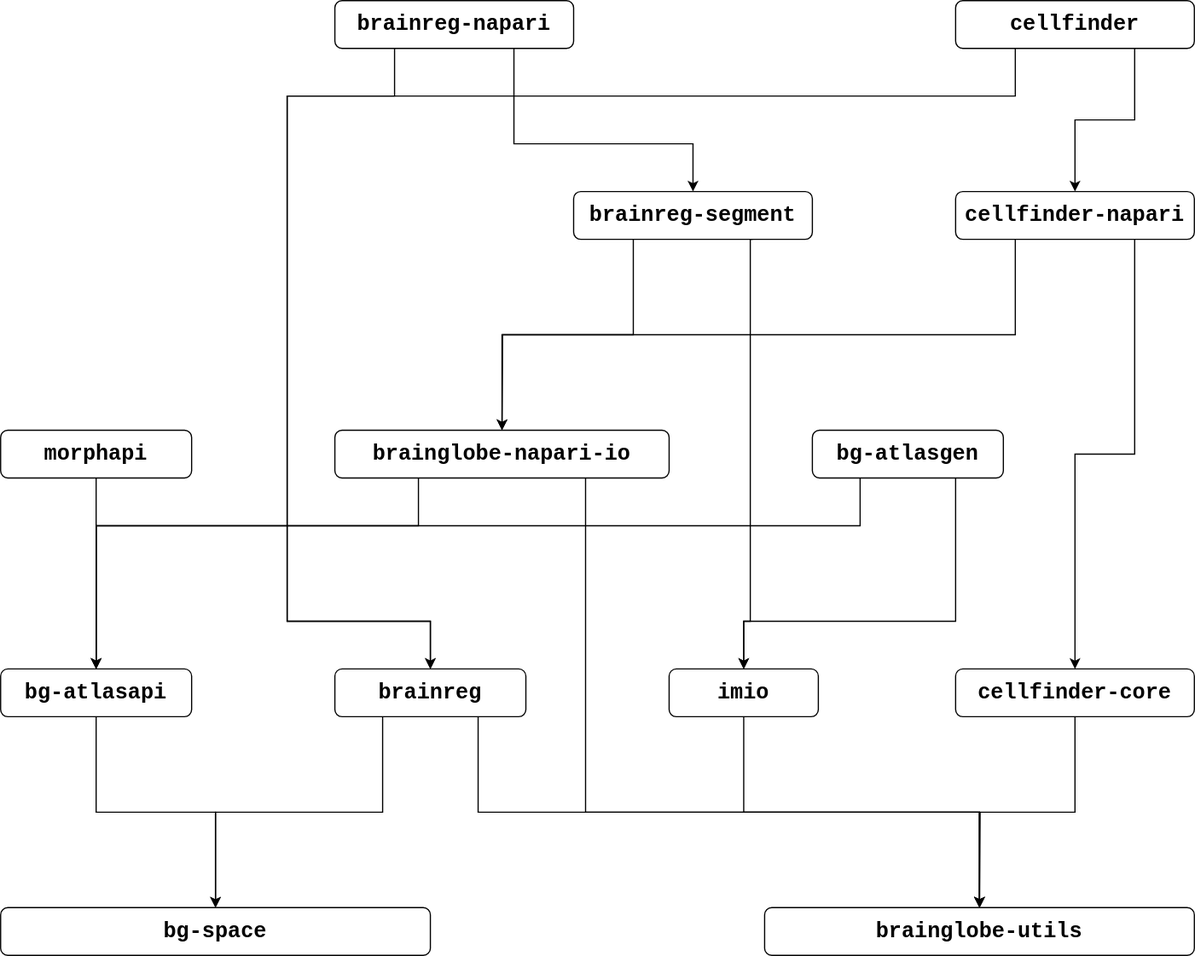
The draw.io diagram docs/assets/BrainGlobe-dependencies.svg in brainglobe/brainglobe-meta, before a commit. Source tidied: cells renumbered, new cells last; positions are measured from the earlier drawing's top-left corner, leaving out a move shared by most shapes.
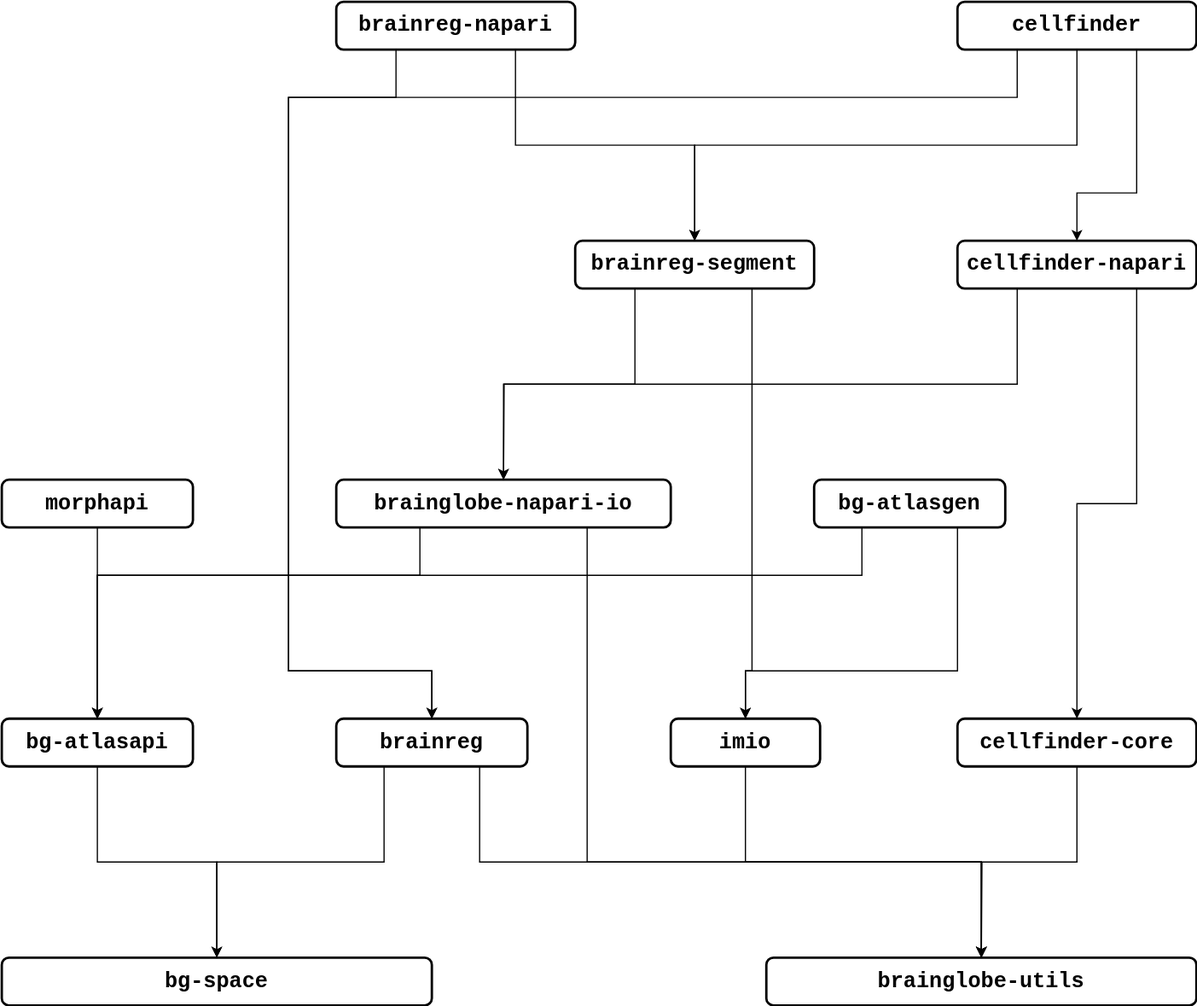
Above is the later version.

Commit message:
`cellfinder` guard updates (#24)

The edit, as a diff of the source:
```diff
@@ -1,23 +1,23 @@
-<mxGraphModel>
+<mxGraphModel background="#FFFFFF">
   <root>
     <mxCell id="0" />
     <mxCell id="1" parent="0" />
-    <mxCell id="2" value="&lt;font style=&quot;font-size: 18px;&quot;&gt;&lt;span style=&quot;font-size: 18px;&quot;&gt;bg-space&lt;/span&gt;&lt;/font&gt;" style="rounded=1;whiteSpace=wrap;html=1;fontFamily=Courier New;fontStyle=1;fontSize=18;" parent="1" vertex="1">
+    <mxCell id="2" value="&lt;font style=&quot;font-size: 18px;&quot;&gt;&lt;span style=&quot;font-size: 18px;&quot;&gt;bg-space&lt;/span&gt;&lt;/font&gt;" style="rounded=1;whiteSpace=wrap;html=1;fontFamily=Courier New;fontStyle=1;fontSize=18;fillStyle=solid;strokeColor=#000000;fillColor=#FFFFFF;strokeWidth=2;align=center;fontColor=#000000;" parent="1" vertex="1">
       <mxGeometry y="760" width="360" height="40" as="geometry" />
     </mxCell>
-    <mxCell id="3" value="&lt;font style=&quot;font-size: 18px;&quot;&gt;&lt;span style=&quot;font-size: 18px;&quot;&gt;brainglobe-utils&lt;/span&gt;&lt;/font&gt;" style="rounded=1;whiteSpace=wrap;html=1;fontFamily=Courier New;fontStyle=1;fontSize=18;" parent="1" vertex="1">
+    <mxCell id="3" value="&lt;font style=&quot;font-size: 18px;&quot;&gt;&lt;span style=&quot;font-size: 18px;&quot;&gt;brainglobe-utils&lt;/span&gt;&lt;/font&gt;" style="rounded=1;whiteSpace=wrap;html=1;fontFamily=Courier New;fontStyle=1;fontSize=18;fillStyle=solid;strokeColor=#000000;fillColor=#FFFFFF;strokeWidth=2;align=center;fontColor=#000000;" parent="1" vertex="1">
       <mxGeometry x="640" y="760" width="360" height="40" as="geometry" />
     </mxCell>
     <mxCell id="4" style="edgeStyle=orthogonalEdgeStyle;rounded=0;jettySize=auto;html=1;entryX=0.5;entryY=0;entryDx=0;entryDy=0;fontFamily=Courier New;fontStyle=1;fontSize=18;" parent="1" edge="1" source="5" target="2">
       <mxGeometry relative="1" as="geometry" />
     </mxCell>
-    <mxCell id="5" value="&lt;font style=&quot;font-size: 18px;&quot;&gt;&lt;span style=&quot;font-size: 18px;&quot;&gt;bg-atlasapi&lt;/span&gt;&lt;/font&gt;" style="rounded=1;whiteSpace=wrap;html=1;fontFamily=Courier New;fontStyle=1;fontSize=18;" parent="1" vertex="1">
+    <mxCell id="5" value="&lt;font style=&quot;font-size: 18px;&quot;&gt;&lt;span style=&quot;font-size: 18px;&quot;&gt;bg-atlasapi&lt;/span&gt;&lt;/font&gt;" style="rounded=1;whiteSpace=wrap;html=1;fontFamily=Courier New;fontStyle=1;fontSize=18;fillStyle=solid;strokeColor=#000000;fillColor=#FFFFFF;strokeWidth=2;align=center;fontColor=#000000;" parent="1" vertex="1">
       <mxGeometry y="560" width="160" height="40" as="geometry" />
     </mxCell>
     <mxCell id="6" style="edgeStyle=orthogonalEdgeStyle;rounded=0;jettySize=auto;html=1;entryX=0.5;entryY=0;entryDx=0;entryDy=0;fontFamily=Courier New;fontStyle=1;fontSize=18;" parent="1" edge="1" source="7" target="3">
       <mxGeometry relative="1" as="geometry" />
     </mxCell>
-    <mxCell id="7" value="&lt;font style=&quot;font-size: 18px;&quot;&gt;&lt;span style=&quot;font-size: 18px;&quot;&gt;imio&lt;/span&gt;&lt;/font&gt;" style="rounded=1;whiteSpace=wrap;html=1;fontFamily=Courier New;fontStyle=1;fontSize=18;" parent="1" vertex="1">
+    <mxCell id="7" value="&lt;font style=&quot;font-size: 18px;&quot;&gt;&lt;span style=&quot;font-size: 18px;&quot;&gt;imio&lt;/span&gt;&lt;/font&gt;" style="rounded=1;whiteSpace=wrap;html=1;fontFamily=Courier New;fontStyle=1;fontSize=18;fillStyle=solid;strokeColor=#000000;fillColor=#FFFFFF;strokeWidth=2;align=center;fontColor=#000000;" parent="1" vertex="1">
       <mxGeometry x="560" y="560" width="125" height="40" as="geometry" />
     </mxCell>
     <mxCell id="8" style="edgeStyle=orthogonalEdgeStyle;rounded=0;jettySize=auto;html=1;fontFamily=Courier New;fontStyle=1;fontSize=18;" parent="1" edge="1" source="9">
@@ -25,7 +25,7 @@
         <mxPoint x="820" y="760" as="targetPoint" />
       </mxGeometry>
     </mxCell>
-    <mxCell id="9" value="&lt;font style=&quot;font-size: 18px;&quot;&gt;&lt;span style=&quot;font-size: 18px;&quot;&gt;cellfinder-core&lt;/span&gt;&lt;/font&gt;" style="rounded=1;whiteSpace=wrap;html=1;fontFamily=Courier New;fontStyle=1;fontSize=18;" parent="1" vertex="1">
+    <mxCell id="9" value="&lt;font style=&quot;font-size: 18px;&quot;&gt;&lt;span style=&quot;font-size: 18px;&quot;&gt;cellfinder-core&lt;/span&gt;&lt;/font&gt;" style="rounded=1;whiteSpace=wrap;html=1;fontFamily=Courier New;fontStyle=1;fontSize=18;fillStyle=solid;strokeColor=#000000;fillColor=#FFFFFF;strokeWidth=2;align=center;fontColor=#000000;" parent="1" vertex="1">
       <mxGeometry x="800" y="560" width="200" height="40" as="geometry" />
     </mxCell>
     <mxCell id="10" style="edgeStyle=orthogonalEdgeStyle;rounded=0;jettySize=auto;html=1;entryX=0.5;entryY=0;entryDx=0;entryDy=0;exitX=0.25;exitY=1;exitDx=0;exitDy=0;fontFamily=Courier New;fontStyle=1;fontSize=18;" parent="1" edge="1" source="12" target="2">
@@ -34,13 +34,13 @@
     <mxCell id="11" style="edgeStyle=orthogonalEdgeStyle;rounded=0;jettySize=auto;html=1;exitX=0.75;exitY=1;exitDx=0;exitDy=0;entryX=0.5;entryY=0;entryDx=0;entryDy=0;fontFamily=Courier New;fontStyle=1;fontSize=18;" parent="1" edge="1" source="12" target="3">
       <mxGeometry relative="1" as="geometry" />
     </mxCell>
-    <mxCell id="12" value="&lt;font style=&quot;font-size: 18px;&quot;&gt;&lt;span style=&quot;font-size: 18px;&quot;&gt;brainreg&lt;/span&gt;&lt;/font&gt;" style="rounded=1;whiteSpace=wrap;html=1;fontFamily=Courier New;fontStyle=1;fontSize=18;" parent="1" vertex="1">
+    <mxCell id="12" value="&lt;font style=&quot;font-size: 18px;&quot;&gt;&lt;span style=&quot;font-size: 18px;&quot;&gt;brainreg&lt;/span&gt;&lt;/font&gt;" style="rounded=1;whiteSpace=wrap;html=1;fontFamily=Courier New;fontStyle=1;fontSize=18;fillStyle=solid;strokeColor=#000000;fillColor=#FFFFFF;strokeWidth=2;align=center;fontColor=#000000;" parent="1" vertex="1">
       <mxGeometry x="280" y="560" width="160" height="40" as="geometry" />
     </mxCell>
     <mxCell id="13" style="edgeStyle=orthogonalEdgeStyle;rounded=0;jettySize=auto;html=1;fontFamily=Courier New;fontStyle=1;fontSize=18;" parent="1" edge="1" source="14" target="5">
       <mxGeometry relative="1" as="geometry" />
     </mxCell>
-    <mxCell id="14" value="&lt;font style=&quot;font-size: 18px;&quot;&gt;&lt;span style=&quot;font-size: 18px;&quot;&gt;morphapi&lt;/span&gt;&lt;/font&gt;" style="rounded=1;whiteSpace=wrap;html=1;fontSize=18;fontStyle=1;fontFamily=Courier New;" parent="1" vertex="1">
+    <mxCell id="14" value="&lt;font style=&quot;font-size: 18px;&quot;&gt;&lt;span style=&quot;font-size: 18px;&quot;&gt;morphapi&lt;/span&gt;&lt;/font&gt;" style="rounded=1;whiteSpace=wrap;html=1;fontSize=18;fontStyle=1;fontFamily=Courier New;fillStyle=solid;strokeColor=#000000;fillColor=#FFFFFF;strokeWidth=2;align=center;fontColor=#000000;" parent="1" vertex="1">
       <mxGeometry y="360" width="160" height="40" as="geometry" />
     </mxCell>
     <mxCell id="15" style="edgeStyle=orthogonalEdgeStyle;rounded=0;jettySize=auto;html=1;exitX=0.25;exitY=1;exitDx=0;exitDy=0;entryX=0.5;entryY=0;entryDx=0;entryDy=0;fontFamily=Courier New;fontStyle=1;fontSize=18;" parent="1" edge="1" source="17" target="5">
@@ -59,7 +59,7 @@
         </Array>
       </mxGeometry>
     </mxCell>
-    <mxCell id="17" value="&lt;font style=&quot;font-size: 18px;&quot;&gt;bg-atlasgen&lt;/font&gt;" style="rounded=1;whiteSpace=wrap;html=1;fontSize=18;fontStyle=1;fontFamily=Courier New;" parent="1" vertex="1">
+    <mxCell id="17" value="&lt;font style=&quot;font-size: 18px;&quot;&gt;bg-atlasgen&lt;/font&gt;" style="rounded=1;whiteSpace=wrap;html=1;fontSize=18;fontStyle=1;fontFamily=Courier New;fillStyle=solid;strokeColor=#000000;fillColor=#FFFFFF;strokeWidth=2;align=center;fontColor=#000000;" parent="1" vertex="1">
       <mxGeometry x="680" y="360" width="160" height="40" as="geometry" />
     </mxCell>
     <mxCell id="18" style="edgeStyle=orthogonalEdgeStyle;rounded=0;jettySize=auto;html=1;exitX=0.75;exitY=1;exitDx=0;exitDy=0;fontFamily=Courier New;fontStyle=1;fontSize=18;" parent="1" edge="1" source="20">
@@ -79,7 +79,7 @@
         </Array>
       </mxGeometry>
     </mxCell>
-    <mxCell id="20" value="&lt;font style=&quot;font-size: 18px;&quot;&gt;brainglobe-napari-io&lt;/font&gt;" style="rounded=1;whiteSpace=wrap;html=1;fontSize=18;fontStyle=1;fontFamily=Courier New;" parent="1" vertex="1">
+    <mxCell id="20" value="&lt;font style=&quot;font-size: 18px;&quot;&gt;brainglobe-napari-io&lt;/font&gt;" style="rounded=1;whiteSpace=wrap;html=1;fontSize=18;fontStyle=1;fontFamily=Courier New;fillStyle=solid;strokeColor=#000000;fillColor=#FFFFFF;strokeWidth=2;align=center;fontColor=#000000;" parent="1" vertex="1">
       <mxGeometry x="280" y="360" width="280" height="40" as="geometry" />
     </mxCell>
     <mxCell id="21" style="edgeStyle=orthogonalEdgeStyle;rounded=0;jettySize=auto;html=1;exitX=0.25;exitY=1;exitDx=0;exitDy=0;" parent="1" edge="1" source="23">
@@ -95,7 +95,7 @@
         </Array>
       </mxGeometry>
     </mxCell>
-    <mxCell id="23" value="&lt;font face=&quot;Courier New&quot;&gt;brainreg-segment&lt;/font&gt;" style="rounded=1;whiteSpace=wrap;html=1;fontSize=18;fontStyle=1;" parent="1" vertex="1">
+    <mxCell id="23" value="&lt;font style=&quot;font-size: 18px;&quot;&gt;brainreg-segment&lt;/font&gt;" style="rounded=1;whiteSpace=wrap;html=1;fontSize=18;fontStyle=1;fillStyle=solid;strokeColor=#000000;fillColor=#FFFFFF;strokeWidth=2;fontFamily=Courier New;align=center;fontColor=#000000;" parent="1" vertex="1">
       <mxGeometry x="480" y="160" width="200" height="40" as="geometry" />
     </mxCell>
     <mxCell id="24" style="edgeStyle=orthogonalEdgeStyle;rounded=0;jettySize=auto;html=1;exitX=0.75;exitY=1;exitDx=0;exitDy=0;" parent="1" edge="1" source="26" target="9">
@@ -104,30 +104,43 @@
     <mxCell id="25" style="edgeStyle=orthogonalEdgeStyle;rounded=0;jettySize=auto;html=1;exitX=0.25;exitY=1;exitDx=0;exitDy=0;entryX=0.5;entryY=0;entryDx=0;entryDy=0;" parent="1" edge="1" source="26" target="20">
       <mxGeometry relative="1" as="geometry" />
     </mxCell>
-    <mxCell id="26" value="&lt;font face=&quot;Courier New&quot;&gt;cellfinder-napari&lt;/font&gt;" style="rounded=1;whiteSpace=wrap;html=1;fontSize=18;fontStyle=1;" parent="1" vertex="1">
+    <mxCell id="26" value="&lt;font style=&quot;font-size: 18px;&quot;&gt;cellfinder-napari&lt;/font&gt;" style="rounded=1;whiteSpace=wrap;html=1;fontSize=18;fontStyle=1;fillStyle=solid;strokeColor=#000000;fillColor=#FFFFFF;strokeWidth=2;fontFamily=Courier New;align=center;fontColor=#000000;" parent="1" vertex="1">
       <mxGeometry x="800" y="160" width="200" height="40" as="geometry" />
     </mxCell>
     <mxCell id="27" style="edgeStyle=orthogonalEdgeStyle;rounded=0;jettySize=auto;html=1;exitX=0.75;exitY=1;exitDx=0;exitDy=0;entryX=0.5;entryY=0;entryDx=0;entryDy=0;" parent="1" edge="1" source="29" target="26">
-      <mxGeometry relative="1" as="geometry" />
+      <mxGeometry relative="1" as="geometry">
+        <Array as="points">
+          <mxPoint x="950" y="120" />
+          <mxPoint x="900" y="120" />
+        </Array>
+      </mxGeometry>
     </mxCell>
     <mxCell id="28" style="edgeStyle=orthogonalEdgeStyle;rounded=0;jettySize=auto;html=1;exitX=0.25;exitY=1;exitDx=0;exitDy=0;entryX=0.5;entryY=0;entryDx=0;entryDy=0;" parent="1" edge="1" source="29" target="12">
       <mxGeometry relative="1" as="geometry">
         <Array as="points">
-          <mxPoint x="850" y="80" />
-          <mxPoint x="240" y="80" />
+          <mxPoint x="850" y="40" />
+          <mxPoint x="240" y="40" />
           <mxPoint x="240" y="520" />
           <mxPoint x="360" y="520" />
         </Array>
       </mxGeometry>
     </mxCell>
+    <mxCell id="33" style="edgeStyle=orthogonalEdgeStyle;rounded=0;jettySize=auto;html=1;entryX=0.5;entryY=0;entryDx=0;entryDy=0;exitX=0.5;exitY=1;exitDx=0;exitDy=0;" parent="1" edge="1" source="29" target="23">
+      <mxGeometry relative="1" as="geometry">
+        <Array as="points">
+          <mxPoint x="900" y="80" />
+          <mxPoint x="580" y="80" />
+        </Array>
+      </mxGeometry>
+    </mxCell>
-    <mxCell id="29" value="&lt;font face=&quot;Courier New&quot;&gt;cellfinder&lt;/font&gt;" style="rounded=1;whiteSpace=wrap;html=1;fontSize=18;fontStyle=1;" parent="1" vertex="1">
-      <mxGeometry x="800" width="200" height="40" as="geometry" />
+    <mxCell id="29" value="&lt;font style=&quot;font-size: 18px;&quot;&gt;cellfinder&lt;/font&gt;" style="rounded=1;whiteSpace=wrap;html=1;fontSize=18;fontStyle=1;fillStyle=solid;strokeColor=#000000;fillColor=#FFFFFF;strokeWidth=2;fontFamily=Courier New;align=center;fontColor=#000000;" parent="1" vertex="1">
+      <mxGeometry x="800" y="-40" width="200" height="40" as="geometry" />
     </mxCell>
     <mxCell id="30" style="edgeStyle=orthogonalEdgeStyle;rounded=0;jettySize=auto;html=1;exitX=0.25;exitY=1;exitDx=0;exitDy=0;entryX=0.5;entryY=0;entryDx=0;entryDy=0;" parent="1" edge="1" source="32" target="12">
       <mxGeometry relative="1" as="geometry">
         <Array as="points">
-          <mxPoint x="330" y="80" />
-          <mxPoint x="240" y="80" />
+          <mxPoint x="330" y="40" />
+          <mxPoint x="240" y="40" />
           <mxPoint x="240" y="520" />
           <mxPoint x="360" y="520" />
         </Array>
@@ -136,13 +149,13 @@
     <mxCell id="31" style="edgeStyle=orthogonalEdgeStyle;rounded=0;jettySize=auto;html=1;exitX=0.75;exitY=1;exitDx=0;exitDy=0;entryX=0.5;entryY=0;entryDx=0;entryDy=0;" parent="1" edge="1" source="32" target="23">
       <mxGeometry relative="1" as="geometry">
         <Array as="points">
-          <mxPoint x="430" y="120" />
-          <mxPoint x="580" y="120" />
+          <mxPoint x="430" y="80" />
+          <mxPoint x="580" y="80" />
         </Array>
       </mxGeometry>
     </mxCell>
-    <mxCell id="32" value="&lt;font face=&quot;Courier New&quot;&gt;brainreg-napari&lt;/font&gt;" style="rounded=1;whiteSpace=wrap;html=1;fontSize=18;fontStyle=1;" parent="1" vertex="1">
-      <mxGeometry x="280" width="200" height="40" as="geometry" />
+    <mxCell id="32" value="&lt;font style=&quot;font-size: 18px;&quot;&gt;brainreg-napari&lt;/font&gt;" style="rounded=1;whiteSpace=wrap;html=1;fontSize=18;fontStyle=1;fillStyle=solid;strokeColor=#000000;fillColor=#FFFFFF;strokeWidth=2;fontFamily=Courier New;align=center;fontColor=#000000;" parent="1" vertex="1">
+      <mxGeometry x="280" y="-40" width="200" height="40" as="geometry" />
     </mxCell>
   </root>
 </mxGraphModel>
```
